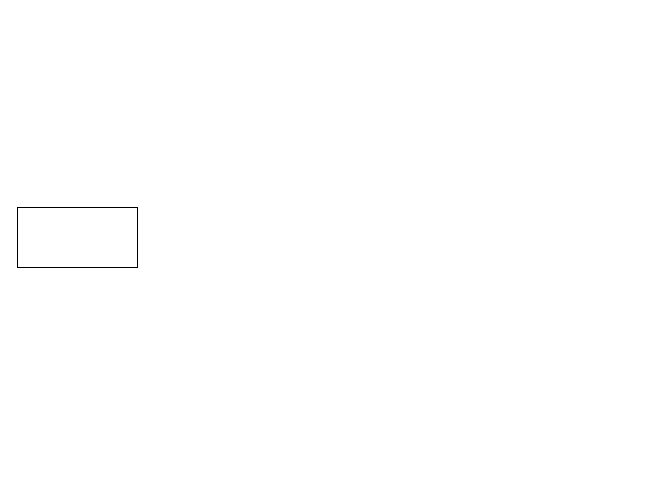
Earlier version of the draw.io diagram Untitled Diagram.drawio (miyuki2002/draw.io). Source tidied: cells renumbered, new cells numbered last; positions are measured from the earlier drawing's top-left corner, leaving out a move shared by most shapes. Both pictures are drawn from the tidied source at 100%, with x=0, y=0 at pixel (17, 207).
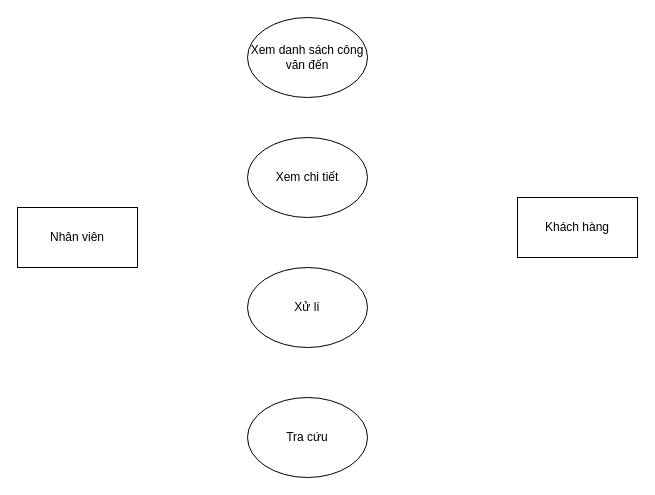
After the change.

Change to the diagram source:
```diff
@@
 <mxGraphModel>
   <root>
     <mxCell id="0" />
     <mxCell id="1" parent="0" />
-    <mxCell id="2" style="rounded=0;whiteSpace=wrap;html=1;" parent="1" vertex="1">
+    <mxCell id="2" value="Nhân viên" style="rounded=0;whiteSpace=wrap;html=1;" parent="1" vertex="1">
       <mxGeometry width="120" height="60" as="geometry" />
     </mxCell>
+    <mxCell id="3" value="Xử lí" style="ellipse;whiteSpace=wrap;html=1;" parent="1" vertex="1">
+      <mxGeometry x="230" y="60" width="120" height="80" as="geometry" />
+    </mxCell>
+    <mxCell id="4" value="Tra cứu" style="ellipse;whiteSpace=wrap;html=1;" parent="1" vertex="1">
+      <mxGeometry x="230" y="190" width="120" height="80" as="geometry" />
+    </mxCell>
+    <mxCell id="5" value="Xem chi tiết" style="ellipse;whiteSpace=wrap;html=1;" parent="1" vertex="1">
+      <mxGeometry x="230" y="-70" width="120" height="80" as="geometry" />
+    </mxCell>
+    <mxCell id="6" value="Xem danh sách công văn đến" style="ellipse;whiteSpace=wrap;html=1;" parent="1" vertex="1">
+      <mxGeometry x="230" y="-190" width="120" height="80" as="geometry" />
+    </mxCell>
+    <mxCell id="7" value="Khách hàng" style="rounded=0;whiteSpace=wrap;html=1;" parent="1" vertex="1">
+      <mxGeometry x="500" y="-10" width="120" height="60" as="geometry" />
+    </mxCell>
   </root>
 </mxGraphModel>
```
